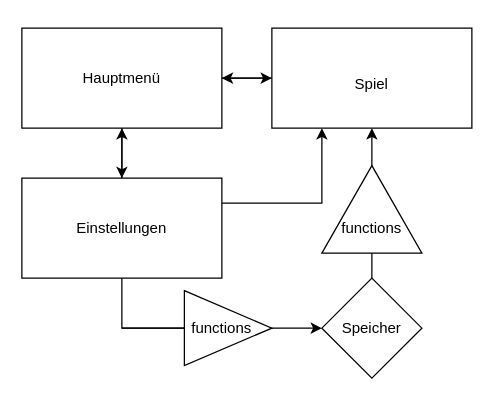
Before: Struktur vereinfacht.drawio in Tebitz/LK-Klasurersatzleistung, a draw.io diagram. Source tidied: cells renumbered, new cells numbered last; positions are measured from the earlier drawing's top-left corner, leaving out a move shared by most shapes. Both pictures are drawn from the tidied source at 125%, with x=0, y=0 at pixel (21, 28).
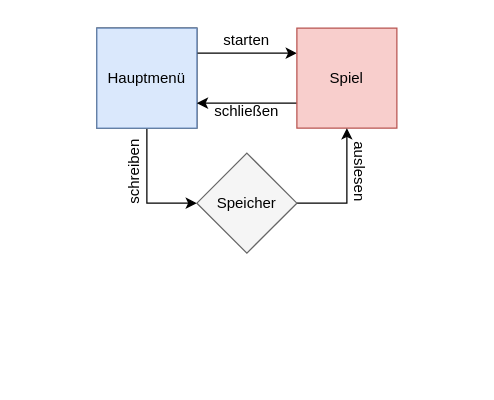
The same page after the edit.

Diff of the diagram source:
```diff
@@
     <mxCell id="2" style="rounded=0;whiteSpace=wrap;html=1;" parent="1" vertex="1">
-      <mxGeometry width="160" height="80" as="geometry" />
+      <mxGeometry x="60" width="80" height="80" as="geometry" />
     </mxCell>
-    <mxCell id="3" style="edgeStyle=orthogonalEdgeStyle;rounded=0;jettySize=auto;html=1;entryX=0;entryY=0.5;entryDx=0;entryDy=0;" parent="1" edge="1" source="5" target="10">
+    <mxCell id="3" style="edgeStyle=orthogonalEdgeStyle;rounded=0;jettySize=auto;html=1;entryX=0;entryY=0.25;entryDx=0;entryDy=0;exitX=1;exitY=0.25;exitDx=0;exitDy=0;" parent="1" edge="1" source="5" target="10">
       <mxGeometry relative="1" as="geometry" />
     </mxCell>
-    <mxCell id="4" style="edgeStyle=orthogonalEdgeStyle;rounded=0;jettySize=auto;html=1;entryX=0.5;entryY=0;entryDx=0;entryDy=0;" parent="1" edge="1" source="5" target="8">
-      <mxGeometry relative="1" as="geometry" />
-    </mxCell>
+    <mxCell id="23" style="edgeStyle=orthogonalEdgeStyle;rounded=0;jettySize=auto;html=1;entryX=0;entryY=0.5;entryDx=0;entryDy=0;" parent="1" edge="1" source="5" target="12">
+      <mxGeometry relative="1" as="geometry" />
+    </mxCell>
-    <mxCell id="5" value="Hauptmenü" style="text;html=1;strokeColor=none;fillColor=none;align=center;verticalAlign=middle;whiteSpace=wrap;rounded=0;" parent="1" vertex="1">
-      <mxGeometry width="160" height="80" as="geometry" />
+    <mxCell id="5" value="Hauptmenü" style="text;html=1;strokeColor=#6c8ebf;fillColor=#dae8fc;align=center;verticalAlign=middle;whiteSpace=wrap;rounded=0;" parent="1" vertex="1">
+      <mxGeometry x="60" width="80" height="80" as="geometry" />
     </mxCell>
-    <mxCell id="6" style="edgeStyle=orthogonalEdgeStyle;rounded=0;jettySize=auto;html=1;entryX=0.25;entryY=1;entryDx=0;entryDy=0;" parent="1" edge="1" source="8" target="10">
-      <mxGeometry relative="1" as="geometry">
-        <Array as="points">
-          <mxPoint x="240" y="140" />
-        </Array>
-      </mxGeometry>
-    </mxCell>
-    <mxCell id="7" style="edgeStyle=orthogonalEdgeStyle;rounded=0;jettySize=auto;html=1;entryX=0;entryY=0.5;entryDx=0;entryDy=0;startArrow=none;" parent="1" edge="1" source="19" target="12">
-      <mxGeometry relative="1" as="geometry">
-        <Array as="points">
-          <mxPoint x="80" y="240" />
-        </Array>
-      </mxGeometry>
-    </mxCell>
-    <mxCell id="8" style="rounded=0;whiteSpace=wrap;html=1;" parent="1" vertex="1">
-      <mxGeometry y="120" width="160" height="80" as="geometry" />
-    </mxCell>
-    <mxCell id="9" style="edgeStyle=orthogonalEdgeStyle;rounded=0;jettySize=auto;html=1;entryX=1;entryY=0.5;entryDx=0;entryDy=0;" parent="1" edge="1" source="10" target="5">
+    <mxCell id="9" style="edgeStyle=orthogonalEdgeStyle;rounded=0;jettySize=auto;html=1;entryX=1;entryY=0.75;entryDx=0;entryDy=0;exitX=0;exitY=0.75;exitDx=0;exitDy=0;" parent="1" edge="1" source="10" target="5">
       <mxGeometry relative="1" as="geometry" />
     </mxCell>
-    <mxCell id="10" style="rounded=0;whiteSpace=wrap;html=1;" parent="1" vertex="1">
-      <mxGeometry x="200" width="160" height="80" as="geometry" />
+    <mxCell id="10" style="rounded=0;whiteSpace=wrap;html=1;fillColor=#f8cecc;strokeColor=#b85450;" parent="1" vertex="1">
+      <mxGeometry x="220" width="80" height="80" as="geometry" />
     </mxCell>
-    <mxCell id="11" style="edgeStyle=orthogonalEdgeStyle;rounded=0;jettySize=auto;html=1;entryX=0.5;entryY=1;entryDx=0;entryDy=0;startArrow=none;" parent="1" edge="1" source="17" target="10">
-      <mxGeometry relative="1" as="geometry" />
-    </mxCell>
+    <mxCell id="24" style="edgeStyle=orthogonalEdgeStyle;rounded=0;jettySize=auto;html=1;entryX=0.5;entryY=1;entryDx=0;entryDy=0;" parent="1" edge="1" source="12" target="10">
+      <mxGeometry relative="1" as="geometry">
+        <Array as="points">
+          <mxPoint x="260" y="140" />
+        </Array>
+      </mxGeometry>
+    </mxCell>
-    <mxCell id="12" style="rhombus;whiteSpace=wrap;html=1;" parent="1" vertex="1">
-      <mxGeometry x="240" y="200" width="80" height="80" as="geometry" />
+    <mxCell id="12" style="rhombus;whiteSpace=wrap;html=1;fillColor=#f5f5f5;fontColor=#333333;strokeColor=#666666;" parent="1" vertex="1">
+      <mxGeometry x="140" y="100" width="80" height="80" as="geometry" />
     </mxCell>
-    <mxCell id="13" style="edgeStyle=orthogonalEdgeStyle;rounded=0;jettySize=auto;html=1;entryX=0.5;entryY=1;entryDx=0;entryDy=0;" parent="1" edge="1" source="14" target="5">
-      <mxGeometry relative="1" as="geometry" />
-    </mxCell>
-    <mxCell id="14" value="Einstellungen" style="text;html=1;strokeColor=none;fillColor=none;align=center;verticalAlign=middle;whiteSpace=wrap;rounded=0;" parent="1" vertex="1">
-      <mxGeometry x="50" y="120" width="60" height="80" as="geometry" />
-    </mxCell>
     <mxCell id="15" value="Spiel" style="text;html=1;strokeColor=none;fillColor=none;align=center;verticalAlign=middle;whiteSpace=wrap;rounded=0;" parent="1" vertex="1">
-      <mxGeometry x="250" y="30" width="60" height="30" as="geometry" />
+      <mxGeometry x="230" y="25" width="60" height="30" as="geometry" />
     </mxCell>
     <mxCell id="16" value="Speicher" style="text;html=1;strokeColor=none;fillColor=none;align=center;verticalAlign=middle;whiteSpace=wrap;rounded=0;" parent="1" vertex="1">
-      <mxGeometry x="250" y="225" width="60" height="30" as="geometry" />
+      <mxGeometry x="150" y="125" width="60" height="30" as="geometry" />
     </mxCell>
-    <mxCell id="17" style="triangle;whiteSpace=wrap;html=1;rotation=-90;" parent="1" vertex="1">
-      <mxGeometry x="245" y="105" width="70" height="80" as="geometry" />
-    </mxCell>
-    <mxCell id="18" style="edgeStyle=orthogonalEdgeStyle;rounded=0;jettySize=auto;html=1;endArrow=none;" parent="1" edge="1" source="12" target="17">
-      <mxGeometry relative="1" as="geometry" />
-    </mxCell>
-    <mxCell id="19" style="triangle;whiteSpace=wrap;html=1;" parent="1" vertex="1">
-      <mxGeometry x="130" y="210" width="70" height="60" as="geometry" />
-    </mxCell>
-    <mxCell id="20" style="edgeStyle=orthogonalEdgeStyle;rounded=0;jettySize=auto;html=1;entryX=0;entryY=0.5;entryDx=0;entryDy=0;endArrow=none;" parent="1" edge="1" source="8" target="19">
-      <mxGeometry relative="1" as="geometry" />
-    </mxCell>
-    <mxCell id="21" value="functions" style="text;html=1;strokeColor=none;fillColor=none;align=center;verticalAlign=middle;whiteSpace=wrap;rounded=0;" parent="1" vertex="1">
-      <mxGeometry x="130" y="225" width="60" height="30" as="geometry" />
-    </mxCell>
-    <mxCell id="22" value="functions" style="text;html=1;strokeColor=none;fillColor=none;align=center;verticalAlign=middle;whiteSpace=wrap;rounded=0;" parent="1" vertex="1">
-      <mxGeometry x="250" y="145" width="60" height="30" as="geometry" />
-    </mxCell>
+    <mxCell id="25" value="auslesen" style="text;html=1;strokeColor=none;fillColor=none;align=center;verticalAlign=middle;whiteSpace=wrap;rounded=0;rotation=90;" parent="1" vertex="1">
+      <mxGeometry x="240" y="100" width="60" height="30" as="geometry" />
+    </mxCell>
+    <mxCell id="26" value="schreiben" style="text;html=1;strokeColor=none;fillColor=none;align=center;verticalAlign=middle;whiteSpace=wrap;rounded=0;rotation=-90;" parent="1" vertex="1">
+      <mxGeometry x="60" y="100" width="60" height="30" as="geometry" />
+    </mxCell>
+    <mxCell id="27" value="starten" style="text;html=1;strokeColor=none;fillColor=none;align=center;verticalAlign=middle;whiteSpace=wrap;rounded=0;" parent="1" vertex="1">
+      <mxGeometry x="150" y="-5" width="60" height="30" as="geometry" />
+    </mxCell>
+    <mxCell id="28" value="schließen" style="text;html=1;strokeColor=none;fillColor=none;align=center;verticalAlign=middle;whiteSpace=wrap;rounded=0;" parent="1" vertex="1">
+      <mxGeometry x="150" y="52" width="60" height="30" as="geometry" />
+    </mxCell>
```
